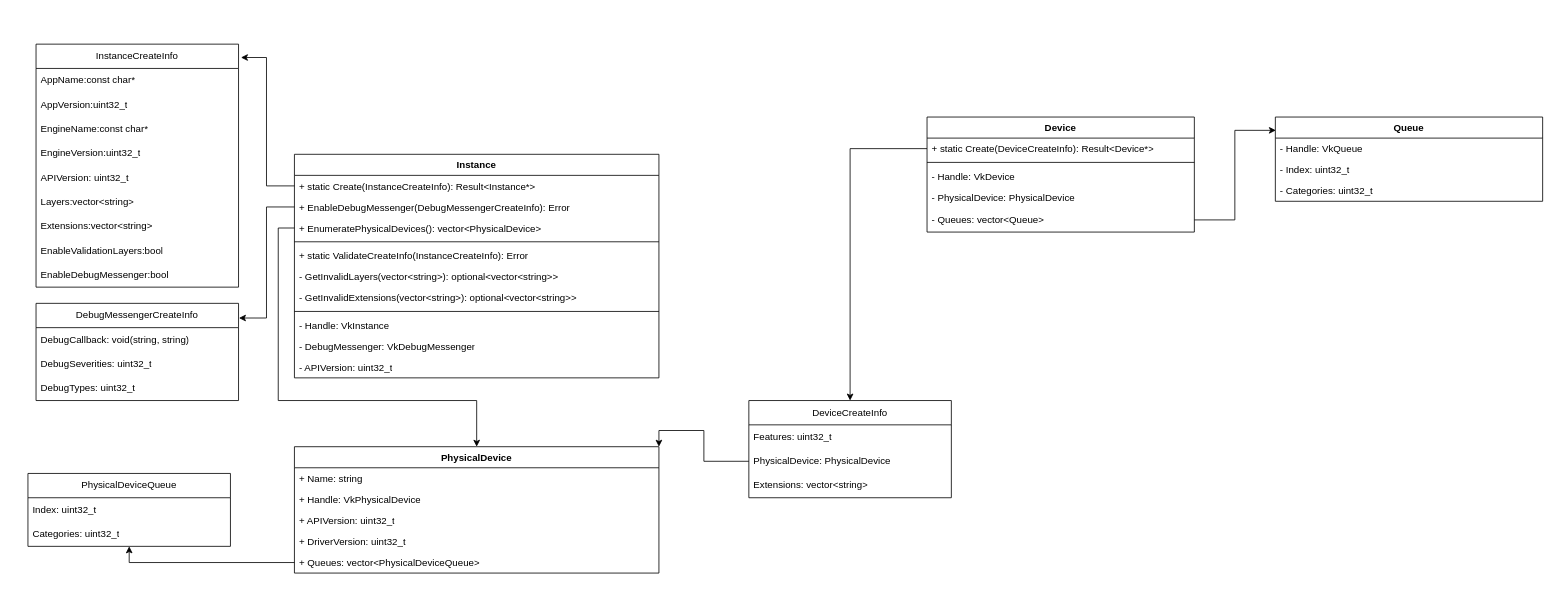
Earlier version of the draw.io diagram page "Classes" (3 of 3) of Untitled Diagram.drawio (ay25a/Umisu). Source tidied: cells renumbered, new cells numbered last; positions are measured from the earlier drawing's top-left corner, leaving out a move shared by most shapes. Both pictures are drawn from the tidied source at 81%, with x=0, y=0 at pixel (28, 44).
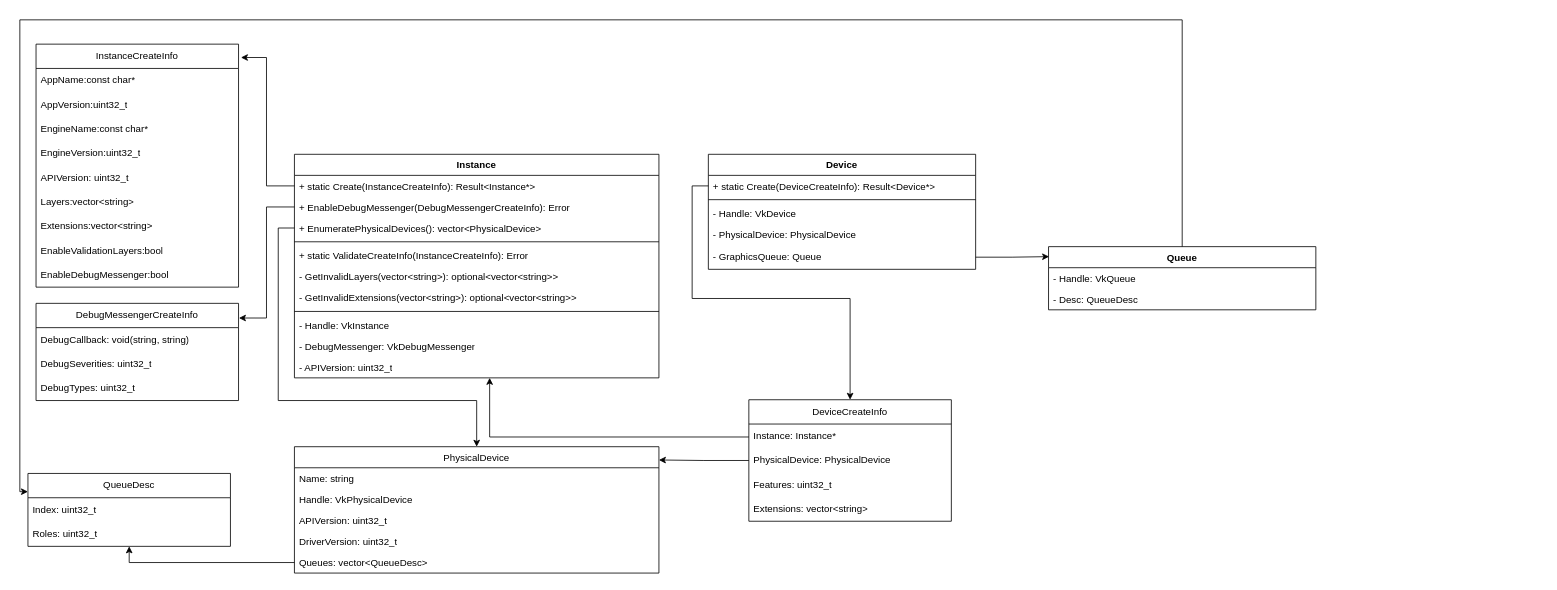
After the change.

The change refers to these unchanged cells:
```xml
<mxCell id="12" value="Instance" style="swimlane;fontStyle=1;align=center;verticalAlign=top;horizontal=1;startSize=26;whiteSpace=wrap;html=1;" parent="1" vertex="1">
  <mxGeometry x="329" y="136" width="450" height="276" as="geometry" />
</mxCell>
<mxCell id="46" value="+ static Create(DeviceCreateInfo): Result&amp;lt;Device*&amp;gt;" style="text;strokeColor=none;fillColor=none;align=left;verticalAlign=top;spacingLeft=4;spacingRight=4;overflow=hidden;points=[[0,0.5],[1,0.5]];portConstraint=eastwest;whiteSpace=wrap;html=1;" parent="45" vertex="1">
  <mxGeometry y="26" width="330" height="26" as="geometry" />
</mxCell>
```

The edit, as a diff of the source:
```diff
@@
-    <mxCell id="30" value="PhysicalDevice" style="swimlane;fontStyle=1;align=center;verticalAlign=top;horizontal=1;startSize=26;whiteSpace=wrap;html=1;" parent="1" vertex="1">
+    <mxCell id="30" value="PhysicalDevice" style="swimlane;fontStyle=0;align=center;verticalAlign=top;horizontal=1;startSize=26;whiteSpace=wrap;html=1;" parent="1" vertex="1">
       <mxGeometry x="329" y="497" width="450" height="156" as="geometry" />
     </mxCell>
-    <mxCell id="31" value="+ Name: string" style="text;strokeColor=none;fillColor=none;align=left;verticalAlign=top;spacingLeft=4;spacingRight=4;overflow=hidden;whiteSpace=wrap;html=1;" parent="30" vertex="1">
+    <mxCell id="31" value="Name: string" style="text;strokeColor=none;fillColor=none;align=left;verticalAlign=top;spacingLeft=4;spacingRight=4;overflow=hidden;whiteSpace=wrap;html=1;" parent="30" vertex="1">
       <mxGeometry y="26" width="450" height="26" as="geometry" />
     </mxCell>
-    <mxCell id="32" value="+ Handle: VkPhysicalDevice" style="text;strokeColor=none;fillColor=none;align=left;verticalAlign=top;spacingLeft=4;spacingRight=4;overflow=hidden;whiteSpace=wrap;html=1;" parent="30" vertex="1">
+    <mxCell id="32" value="Handle: VkPhysicalDevice" style="text;strokeColor=none;fillColor=none;align=left;verticalAlign=top;spacingLeft=4;spacingRight=4;overflow=hidden;whiteSpace=wrap;html=1;" parent="30" vertex="1">
       <mxGeometry y="52" width="450" height="26" as="geometry" />
     </mxCell>
-    <mxCell id="33" value="+ APIVersion: uint32_t" style="text;strokeColor=none;fillColor=none;align=left;verticalAlign=top;spacingLeft=4;spacingRight=4;overflow=hidden;whiteSpace=wrap;html=1;" parent="30" vertex="1">
+    <mxCell id="33" value="APIVersion: uint32_t" style="text;strokeColor=none;fillColor=none;align=left;verticalAlign=top;spacingLeft=4;spacingRight=4;overflow=hidden;whiteSpace=wrap;html=1;" parent="30" vertex="1">
       <mxGeometry y="78" width="450" height="26" as="geometry" />
     </mxCell>
-    <mxCell id="34" value="+ DriverVersion: uint32_t" style="text;strokeColor=none;fillColor=none;align=left;verticalAlign=top;spacingLeft=4;spacingRight=4;overflow=hidden;whiteSpace=wrap;html=1;" parent="30" vertex="1">
+    <mxCell id="34" value="DriverVersion: uint32_t" style="text;strokeColor=none;fillColor=none;align=left;verticalAlign=top;spacingLeft=4;spacingRight=4;overflow=hidden;whiteSpace=wrap;html=1;" parent="30" vertex="1">
       <mxGeometry y="104" width="450" height="26" as="geometry" />
     </mxCell>
-    <mxCell id="35" value="+ Queues: vector&amp;lt;PhysicalDeviceQueue&amp;gt;" style="text;strokeColor=none;fillColor=none;align=left;verticalAlign=top;spacingLeft=4;spacingRight=4;overflow=hidden;points=[[0,0.5],[1,0.5]];portConstraint=eastwest;whiteSpace=wrap;html=1;" parent="30" vertex="1">
+    <mxCell id="35" value="Queues: vector&amp;lt;QueueDesc&amp;gt;" style="text;strokeColor=none;fillColor=none;align=left;verticalAlign=top;spacingLeft=4;spacingRight=4;overflow=hidden;points=[[0,0.5],[1,0.5]];portConstraint=eastwest;whiteSpace=wrap;html=1;" parent="30" vertex="1">
       <mxGeometry y="130" width="450" height="26" as="geometry" />
     </mxCell>
-    <mxCell id="36" value="&lt;div&gt;PhysicalDeviceQueue&lt;/div&gt;" style="swimlane;fontStyle=0;horizontal=1;startSize=30;whiteSpace=wrap;html=1;" parent="1" vertex="1">
+    <mxCell id="36" value="&lt;div&gt;QueueDesc&lt;/div&gt;" style="swimlane;fontStyle=0;horizontal=1;startSize=30;whiteSpace=wrap;html=1;" parent="1" vertex="1">
       <mxGeometry y="530" width="250" height="90" as="geometry" />
     </mxCell>
@@
-    <mxCell id="38" value="Categories: uint32_t" style="text;strokeColor=none;fillColor=none;align=left;verticalAlign=middle;spacingLeft=4;spacingRight=4;overflow=hidden;whiteSpace=wrap;html=1;" parent="36" vertex="1">
+    <mxCell id="38" value="&lt;div&gt;Roles: uint32_t&lt;/div&gt;" style="text;strokeColor=none;fillColor=none;align=left;verticalAlign=middle;spacingLeft=4;spacingRight=4;overflow=hidden;whiteSpace=wrap;html=1;" parent="36" vertex="1">
       <mxGeometry y="60" width="250" height="30" as="geometry" />
     </mxCell>
@@
     <mxCell id="41" value="DeviceCreateInfo" style="swimlane;fontStyle=0;horizontal=1;startSize=30;whiteSpace=wrap;html=1;" parent="1" vertex="1">
-      <mxGeometry x="890" y="440" width="250" height="120" as="geometry" />
+      <mxGeometry x="890" y="439" width="250" height="150" as="geometry" />
     </mxCell>
+    <mxCell id="58" value="Instance: Instance*" style="text;strokeColor=none;fillColor=none;align=left;verticalAlign=middle;spacingLeft=4;spacingRight=4;overflow=hidden;points=[[0,0.5],[1,0.5]];portConstraint=eastwest;whiteSpace=wrap;html=1;" parent="41" vertex="1">
+      <mxGeometry y="30" width="250" height="30" as="geometry" />
+    </mxCell>
+    <mxCell id="43" value="PhysicalDevice: PhysicalDevice" style="text;strokeColor=none;fillColor=none;align=left;verticalAlign=middle;spacingLeft=4;spacingRight=4;overflow=hidden;points=[[0,0.5],[1,0.5]];portConstraint=eastwest;whiteSpace=wrap;html=1;" parent="41" vertex="1">
+      <mxGeometry y="60" width="250" height="30" as="geometry" />
+    </mxCell>
     <mxCell id="42" value="Features: uint32_t" style="text;strokeColor=none;fillColor=none;align=left;verticalAlign=middle;spacingLeft=4;spacingRight=4;overflow=hidden;whiteSpace=wrap;html=1;" parent="41" vertex="1">
-      <mxGeometry y="30" width="250" height="30" as="geometry" />
+      <mxGeometry y="90" width="250" height="30" as="geometry" />
     </mxCell>
-    <mxCell id="43" value="PhysicalDevice: PhysicalDevice" style="text;strokeColor=none;fillColor=none;align=left;verticalAlign=middle;spacingLeft=4;spacingRight=4;overflow=hidden;points=[[0,0.5],[1,0.5]];portConstraint=eastwest;whiteSpace=wrap;html=1;" parent="41" vertex="1">
-      <mxGeometry y="60" width="250" height="30" as="geometry" />
-    </mxCell>
     <mxCell id="44" value="Extensions: vector&amp;lt;string&amp;gt;" style="text;strokeColor=none;fillColor=none;align=left;verticalAlign=middle;spacingLeft=4;spacingRight=4;overflow=hidden;whiteSpace=wrap;html=1;" parent="41" vertex="1">
-      <mxGeometry y="90" width="250" height="30" as="geometry" />
+      <mxGeometry y="120" width="250" height="30" as="geometry" />
     </mxCell>
     <mxCell id="45" value="Device" style="swimlane;fontStyle=1;align=center;verticalAlign=top;horizontal=1;startSize=26;whiteSpace=wrap;html=1;" parent="1" vertex="1">
-      <mxGeometry x="1110" y="90" width="330" height="142" as="geometry" />
+      <mxGeometry x="840" y="136" width="330" height="142" as="geometry" />
     </mxCell>
@@
-    <mxCell id="50" value="- Queues: vector&amp;lt;Queue&amp;gt;" style="text;strokeColor=none;fillColor=none;align=left;verticalAlign=middle;spacingLeft=4;spacingRight=4;overflow=hidden;points=[[0,0.5],[1,0.5]];portConstraint=eastwest;whiteSpace=wrap;html=1;" parent="45" vertex="1">
+    <mxCell id="50" value="- GraphicsQueue: Queue" style="text;strokeColor=none;fillColor=none;align=left;verticalAlign=middle;spacingLeft=4;spacingRight=4;overflow=hidden;points=[[0,0.5],[1,0.5]];portConstraint=eastwest;whiteSpace=wrap;html=1;" parent="45" vertex="1">
       <mxGeometry y="112" width="330" height="30" as="geometry" />
     </mxCell>
-    <mxCell id="51" style="edgeStyle=orthogonalEdgeStyle;rounded=0;jettySize=auto;html=1;entryX=1;entryY=0;entryDx=0;entryDy=0;" parent="1" edge="1" source="43" target="30">
-      <mxGeometry relative="1" as="geometry" />
-    </mxCell>
-    <mxCell id="52" style="edgeStyle=orthogonalEdgeStyle;rounded=0;jettySize=auto;html=1;entryX=0.5;entryY=0;entryDx=0;entryDy=0;" parent="1" edge="1" source="46" target="41">
-      <mxGeometry relative="1" as="geometry" />
-    </mxCell>
     <mxCell id="53" value="Queue" style="swimlane;fontStyle=1;align=center;verticalAlign=top;horizontal=1;startSize=26;whiteSpace=wrap;html=1;" parent="1" vertex="1">
-      <mxGeometry x="1540" y="90" width="330" height="104" as="geometry" />
+      <mxGeometry x="1260" y="250" width="330" height="78" as="geometry" />
     </mxCell>
@@
-    <mxCell id="55" value="- Index: uint32_t" style="text;strokeColor=none;fillColor=none;align=left;verticalAlign=top;spacingLeft=4;spacingRight=4;overflow=hidden;whiteSpace=wrap;html=1;" parent="53" vertex="1">
-      <mxGeometry y="52" width="330" height="26" as="geometry" />
-    </mxCell>
-    <mxCell id="56" value="- Categories: uint32_t" style="text;strokeColor=none;fillColor=none;align=left;verticalAlign=top;spacingLeft=4;spacingRight=4;overflow=hidden;whiteSpace=wrap;html=1;" parent="53" vertex="1">
-      <mxGeometry y="78" width="330" height="26" as="geometry" />
-    </mxCell>
+    <mxCell id="59" value="- Desc: QueueDesc" style="text;strokeColor=none;fillColor=none;align=left;verticalAlign=top;spacingLeft=4;spacingRight=4;overflow=hidden;whiteSpace=wrap;html=1;" parent="53" vertex="1">
+      <mxGeometry y="52" width="330" height="26" as="geometry" />
+    </mxCell>
@@
+    <mxCell id="60" style="edgeStyle=orthogonalEdgeStyle;rounded=0;jettySize=auto;html=1;entryX=0;entryY=0.25;entryDx=0;entryDy=0;exitX=0.5;exitY=0;exitDx=0;exitDy=0;" parent="1" edge="1" source="53" target="36">
+      <mxGeometry relative="1" as="geometry">
+        <Array as="points">
+          <mxPoint x="1425" y="-30" />
+          <mxPoint x="-10" y="-30" />
+          <mxPoint x="-10" y="553" />
+        </Array>
+      </mxGeometry>
+    </mxCell>
+    <mxCell id="51" style="edgeStyle=orthogonalEdgeStyle;rounded=0;jettySize=auto;html=1;entryX=1;entryY=0.105;entryDx=0;entryDy=0;entryPerimeter=0;" parent="1" edge="1" source="43" target="30">
+      <mxGeometry relative="1" as="geometry" />
+    </mxCell>
+    <mxCell id="61" style="edgeStyle=orthogonalEdgeStyle;rounded=0;jettySize=auto;html=1;" parent="1" edge="1" source="58" target="12">
+      <mxGeometry relative="1" as="geometry">
+        <Array as="points">
+          <mxPoint x="570" y="485" />
+        </Array>
+      </mxGeometry>
+    </mxCell>
+    <mxCell id="52" style="edgeStyle=orthogonalEdgeStyle;rounded=0;jettySize=auto;html=1;" parent="1" edge="1" source="46" target="41">
+      <mxGeometry relative="1" as="geometry">
+        <Array as="points">
+          <mxPoint x="820" y="175" />
+          <mxPoint x="820" y="314" />
+          <mxPoint x="1015" y="314" />
+        </Array>
+      </mxGeometry>
+    </mxCell>
```
